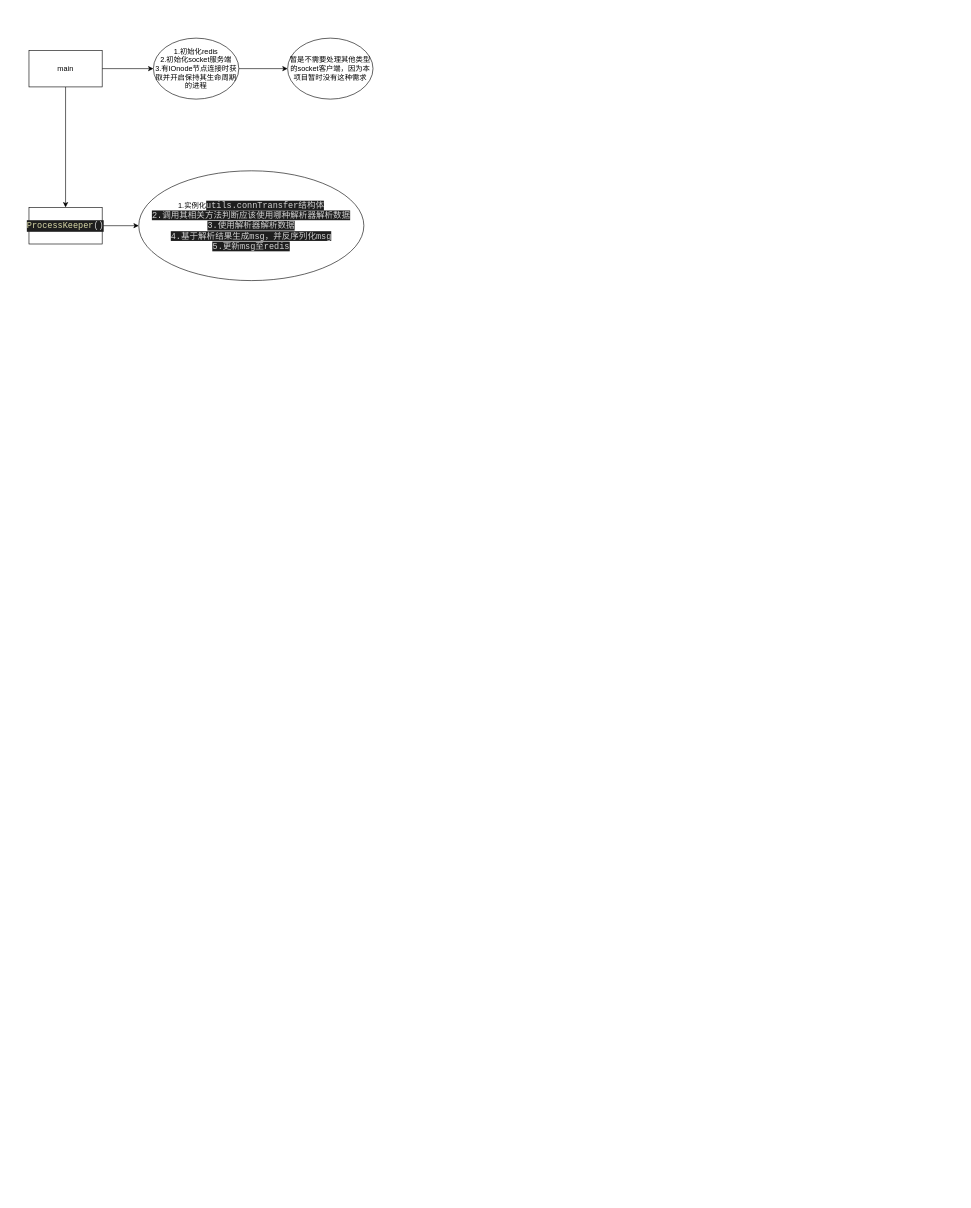
The draw.io diagram yunhuan_background.drawio in ziyouzy/2020blog, before the edit. Source tidied: cells renumbered, new cells numbered last; positions are measured from the earlier drawing's top-left corner, leaving out a move shared by most shapes. Both pictures are drawn from the tidied source at 61%, with x=0, y=0 at pixel (29, 38).
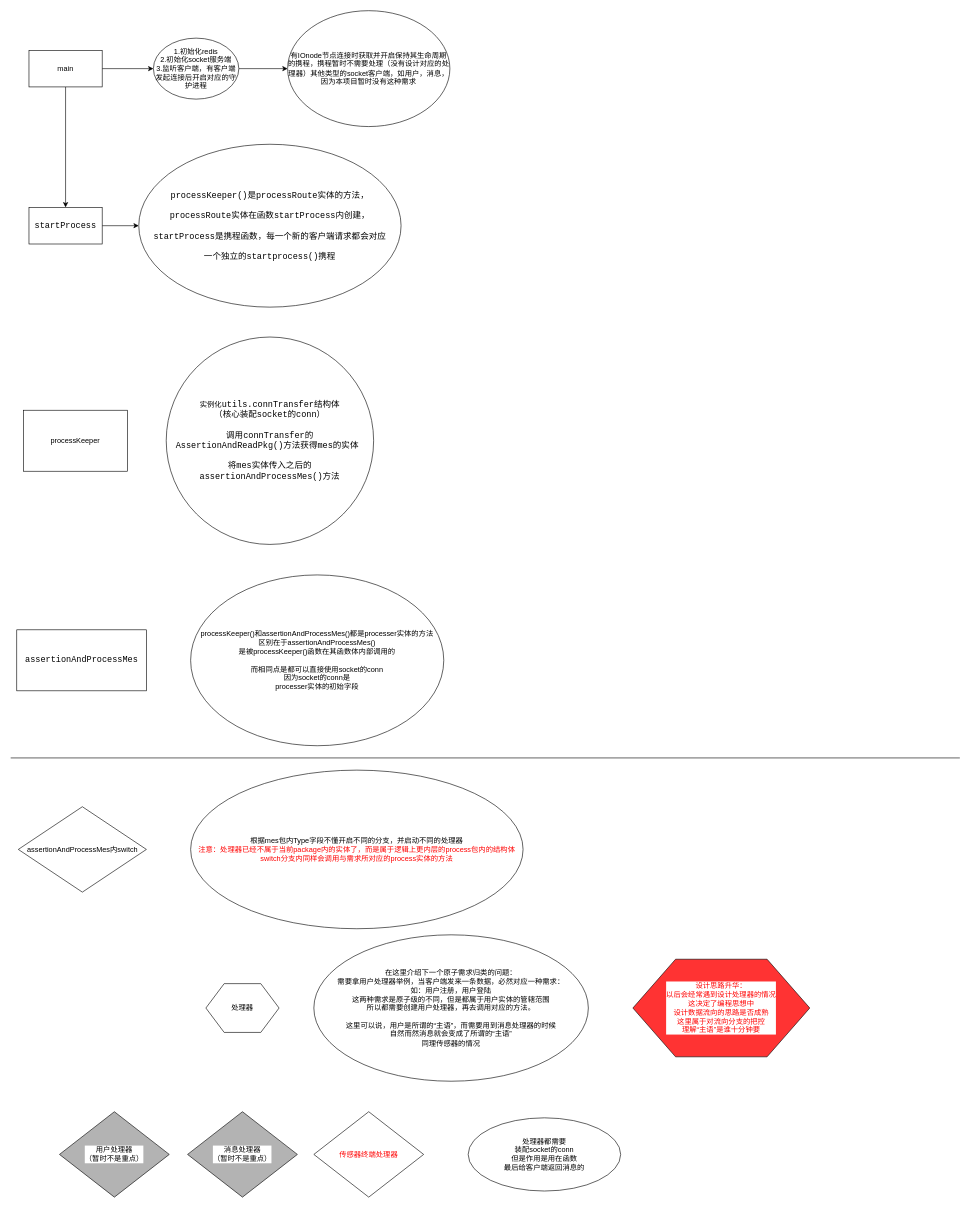
Above is the later version.

What changed in the source:
```diff
@@
-    <mxCell id="6" value="1.初始化redis&lt;br&gt;2.初始化socket服务端&lt;br&gt;3.有IOnode节点连接时获取并开启保持其生命周期的进程" style="ellipse;whiteSpace=wrap;html=1;" parent="1" vertex="1">
+    <mxCell id="6" value="1.初始化redis&lt;br&gt;2.初始化socket服务端&lt;br&gt;3.监听客户端，有客户端发起连接后开启对应的守护进程" style="ellipse;whiteSpace=wrap;html=1;" parent="1" vertex="1">
       <mxGeometry x="204" width="140" height="100" as="geometry" />
     </mxCell>
-    <mxCell id="7" value="暂是不需要处理其他类型的socket客户端，因为本项目暂时没有这种需求" style="ellipse;whiteSpace=wrap;html=1;" parent="1" vertex="1">
-      <mxGeometry x="424" width="140" height="100" as="geometry" />
+    <mxCell id="7" value="有IOnode节点连接时获取并开启保持其生命周期的携程，携程暂时不需要处理（没有设计对应的处理器）其他类型的socket客户端，如用户，消息，因为本项目暂时没有这种需求" style="ellipse;whiteSpace=wrap;html=1;" parent="1" vertex="1">
+      <mxGeometry x="424" y="-45" width="266" height="190" as="geometry" />
     </mxCell>
@@
-    <mxCell id="9" value="&lt;div style=&quot;color: rgb(212 , 212 , 212) ; background-color: rgb(30 , 30 , 30) ; font-family: &amp;#34;droid sans mono&amp;#34; , monospace , monospace , &amp;#34;droid sans fallback&amp;#34; ; font-size: 14px ; line-height: 19px&quot;&gt;&lt;span style=&quot;color: #dcdcaa&quot;&gt;ProcessKeeper&lt;/span&gt;()&lt;/div&gt;" style="rounded=0;whiteSpace=wrap;html=1;" parent="1" vertex="1">
+    <mxCell id="9" value="&lt;div style=&quot;font-family: &amp;quot;droid sans mono&amp;quot;, monospace, monospace, &amp;quot;droid sans fallback&amp;quot;; font-size: 14px; line-height: 19px;&quot;&gt;&lt;font&gt;startProcess&lt;/font&gt;&lt;/div&gt;" style="rounded=0;whiteSpace=wrap;html=1;labelBackgroundColor=#ffffff;fontColor=#000000;" parent="1" vertex="1">
       <mxGeometry y="277.5" width="120" height="60" as="geometry" />
     </mxCell>
-    <mxCell id="10" value="1.实例化&lt;span style=&quot;background-color: rgb(30 , 30 , 30) ; color: rgb(212 , 212 , 212) ; font-family: &amp;#34;droid sans mono&amp;#34; , monospace , monospace , &amp;#34;droid sans fallback&amp;#34; ; font-size: 14px&quot;&gt;utils.connTransfer结构体&lt;br&gt;2.调用其相关方法判断应该使用哪种解析器解析数据&lt;br&gt;3.使用解析器解析数据&lt;br&gt;4.基于解析结果生成msg，并反序列化msg&lt;br&gt;5.更新msg至redis&lt;br&gt;&lt;/span&gt;" style="ellipse;whiteSpace=wrap;html=1;" parent="1" vertex="1">
-      <mxGeometry x="180" y="217.5" width="369" height="180" as="geometry" />
+    <mxCell id="10" value="&lt;span style=&quot;font-family: &amp;quot;droid sans mono&amp;quot;, monospace, monospace, &amp;quot;droid sans fallback&amp;quot;; font-size: 14px;&quot;&gt;processKeeper()是processRoute实体的方法，&lt;br&gt;&lt;br&gt;processRoute实体在函数startProcess内创建，&lt;br&gt;&lt;br&gt;startProcess是携程函数，每一个新的客户端请求都会对应&lt;br&gt;&lt;br&gt;一个独立的startprocess()携程&lt;br&gt;&lt;/span&gt;" style="ellipse;whiteSpace=wrap;html=1;labelBackgroundColor=#ffffff;fontColor=#000000;" parent="1" vertex="1">
+      <mxGeometry x="180" y="174" width="430" height="267" as="geometry" />
     </mxCell>
+    <mxCell id="11" value="&lt;font&gt;&lt;span&gt;实例化&lt;/span&gt;&lt;span style=&quot;font-family: &amp;quot;droid sans mono&amp;quot; , monospace , monospace , &amp;quot;droid sans fallback&amp;quot; ; font-size: 14px&quot;&gt;utils.connTransfer结构体&lt;br&gt;（核心装配socket的conn）&lt;br&gt;&lt;br&gt;调用connTransfer的&lt;br&gt;&lt;/span&gt;&lt;/font&gt;&lt;span style=&quot;font-family: &amp;quot;droid sans mono&amp;quot;, monospace, monospace, &amp;quot;droid sans fallback&amp;quot;; font-size: 14px;&quot;&gt;AssertionAndReadPkg&lt;/span&gt;&lt;span style=&quot;font-family: &amp;quot;droid sans mono&amp;quot;, monospace, monospace, &amp;quot;droid sans fallback&amp;quot;; font-size: 14px;&quot;&gt;()方法获得mes的实体&amp;nbsp;&lt;br&gt;&lt;/span&gt;&lt;font&gt;&lt;span style=&quot;font-family: &amp;quot;droid sans mono&amp;quot; , monospace , monospace , &amp;quot;droid sans fallback&amp;quot; ; font-size: 14px&quot;&gt;&lt;br&gt;&lt;/span&gt;&lt;/font&gt;&lt;font&gt;&lt;span style=&quot;font-family: &amp;quot;droid sans mono&amp;quot; , monospace , monospace , &amp;quot;droid sans fallback&amp;quot; ; font-size: 14px&quot;&gt;将mes实体传入之后的&lt;br&gt;&lt;/span&gt;&lt;/font&gt;&lt;span style=&quot;font-family: &amp;quot;droid sans mono&amp;quot; , monospace , monospace , &amp;quot;droid sans fallback&amp;quot; ; font-size: 14px&quot;&gt;assertionAndProcessMes()方法&lt;/span&gt;&lt;font&gt;&lt;span style=&quot;font-family: &amp;quot;droid sans mono&amp;quot; , monospace , monospace , &amp;quot;droid sans fallback&amp;quot; ; font-size: 14px&quot;&gt;&lt;br&gt;&lt;/span&gt;&lt;/font&gt;" style="ellipse;whiteSpace=wrap;html=1;fillColor=#FFFFFF;fontColor=#000000;labelBackgroundColor=#FFFFFF;" parent="1" vertex="1">
+      <mxGeometry x="225" y="490" width="340" height="340" as="geometry" />
+    </mxCell>
+    <mxCell id="12" value="processKeeper" style="rounded=0;whiteSpace=wrap;html=1;" parent="1" vertex="1">
+      <mxGeometry x="-8.8" y="610" width="170" height="100" as="geometry" />
+    </mxCell>
+    <mxCell id="13" value="&lt;div style=&quot;font-family: &amp;quot;droid sans mono&amp;quot;, monospace, monospace, &amp;quot;droid sans fallback&amp;quot;; font-size: 14px; line-height: 19px;&quot;&gt;&lt;span style=&quot;&quot;&gt;assertionAndProcessMes&lt;/span&gt;&lt;/div&gt;" style="rounded=0;whiteSpace=wrap;html=1;labelBackgroundColor=#ffffff;fontColor=#000000;" parent="1" vertex="1">
+      <mxGeometry x="-20" y="970" width="212.5" height="100" as="geometry" />
+    </mxCell>
+    <mxCell id="14" value="processKeeper()和assertionAndProcessMes()都是processer实体的方法&lt;br&gt;区别在于assertionAndProcessMes()&lt;br&gt;是被processKeeper()函数在其函数体内部调用的&lt;br&gt;&lt;br&gt;而相同点是都可以直接使用socket的conn&lt;br&gt;因为socket的conn是&lt;br&gt;processer实体的初始字段" style="ellipse;whiteSpace=wrap;html=1;labelBackgroundColor=#ffffff;fillColor=#FFFFFF;fontColor=#000000;" parent="1" vertex="1">
+      <mxGeometry x="265" y="880" width="415" height="280" as="geometry" />
+    </mxCell>
+    <mxCell id="15" value="assertionAndProcessMes内switch" style="rhombus;whiteSpace=wrap;html=1;labelBackgroundColor=#ffffff;fillColor=#FFFFFF;fontColor=#000000;" parent="1" vertex="1">
+      <mxGeometry x="-17.5" y="1260" width="210" height="140" as="geometry" />
+    </mxCell>
+    <mxCell id="16" value="根据mes包内Type字段不懂开启不同的分支，并启动不同的处理器&lt;br&gt;&lt;font color=&quot;#ff0000&quot;&gt;注意：处理器已经不属于当前package内的实体了，而是属于逻辑上更内层的process包内的结构体&lt;br&gt;switch分支内同样会调用与需求所对应的process实体的方法&lt;/font&gt;" style="ellipse;whiteSpace=wrap;html=1;labelBackgroundColor=#ffffff;fillColor=#FFFFFF;fontColor=#000000;" parent="1" vertex="1">
+      <mxGeometry x="265" y="1200" width="545" height="260" as="geometry" />
+    </mxCell>
+    <mxCell id="17" style="endArrow=none;html=1;labelBackgroundColor=#000000;strokeColor=#000000;fontColor=#000000;" parent="1" edge="1">
+      <mxGeometry relative="1" as="geometry">
+        <mxPoint x="-30" y="1180" as="sourcePoint" />
+        <mxPoint x="1526" y="1180" as="targetPoint" />
+      </mxGeometry>
+    </mxCell>
+    <mxCell id="18" value="处理器" style="shape=hexagon;perimeter=hexagonPerimeter2;whiteSpace=wrap;html=1;labelBackgroundColor=#ffffff;fillColor=#FFFFFF;fontColor=#000000;" parent="1" vertex="1">
+      <mxGeometry x="290" y="1550" width="120" height="80" as="geometry" />
+    </mxCell>
+    <mxCell id="19" value="用户处理器&lt;br&gt;（暂时不是重点）" style="rhombus;whiteSpace=wrap;html=1;labelBackgroundColor=#ffffff;fillColor=#B3B3B3;fontColor=#000000;" parent="1" vertex="1">
+      <mxGeometry x="50" y="1760" width="180" height="140" as="geometry" />
+    </mxCell>
+    <mxCell id="20" value="消息处理器&lt;br&gt;（暂时不是重点）" style="rhombus;whiteSpace=wrap;html=1;labelBackgroundColor=#ffffff;fillColor=#B3B3B3;fontColor=#000000;" parent="1" vertex="1">
+      <mxGeometry x="260" y="1760" width="180" height="140" as="geometry" />
+    </mxCell>
+    <mxCell id="21" value="传感器终端处理器" style="rhombus;whiteSpace=wrap;html=1;labelBackgroundColor=#ffffff;fillColor=#FFFFFF;fontColor=#FF0000;" parent="1" vertex="1">
+      <mxGeometry x="467" y="1760" width="180" height="140" as="geometry" />
+    </mxCell>
+    <mxCell id="22" value="在这里介绍下一个原子需求归类的问题：&lt;br&gt;需要拿用户处理器举例，当客户端发来一条数据，必然对应一种需求：&lt;br&gt;如：用户注册，用户登陆&lt;br&gt;这两种需求是原子级的不同，但是都属于用户实体的管辖范围&lt;br&gt;所以都需要创建用户处理器，再去调用对应的方法。&lt;br&gt;&lt;br&gt;这里可以说，用户是所谓的“主语&quot;，而需要用到消息处理器的时候&lt;br&gt;自然而然消息就会变成了所谓的“主语”&lt;br&gt;同理传感器的情况" style="ellipse;whiteSpace=wrap;html=1;labelBackgroundColor=#FFFFFF;" parent="1" vertex="1">
+      <mxGeometry x="467" y="1470" width="450" height="240" as="geometry" />
+    </mxCell>
+    <mxCell id="23" value="设计思路升华：&lt;br&gt;以后会经常遇到设计处理器的情况&lt;br&gt;这决定了编程思想中&lt;br&gt;设计数据流向的思路是否成熟&lt;br&gt;这里属于对流向分支的把控&lt;br&gt;理解“主语”是谁十分钟要" style="shape=hexagon;perimeter=hexagonPerimeter2;whiteSpace=wrap;html=1;labelBackgroundColor=#FFFFFF;fillColor=#FF3333;fontColor=#FF0000;size=0.2413793103448276;" parent="1" vertex="1">
+      <mxGeometry x="990" y="1510" width="290" height="160" as="geometry" />
+    </mxCell>
+    <mxCell id="24" value="处理器都需要&lt;br&gt;装配socket的conn&lt;br&gt;但是作用是用在函数&lt;br&gt;最后给客户端返回消息的" style="ellipse;whiteSpace=wrap;html=1;labelBackgroundColor=#FFFFFF;" parent="1" vertex="1">
+      <mxGeometry x="720" y="1770" width="250" height="120" as="geometry" />
+    </mxCell>
```
